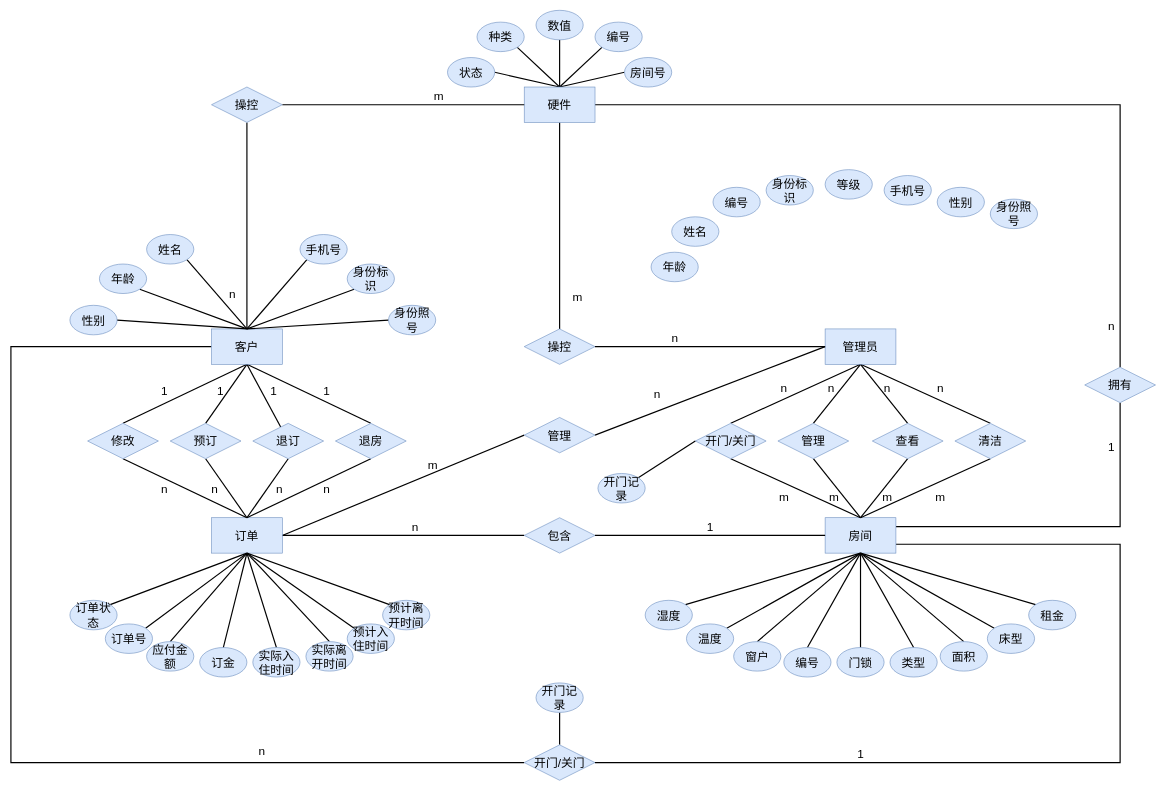
The draw.io diagram docs/src/E-R图.drawio in AndSonder/smart-hotel-database, before the edit. Source tidied: cells renumbered, new cells numbered last; positions are measured from the earlier drawing's top-left corner, leaving out a move shared by most shapes. Both pictures are drawn from the tidied source at 59%, with x=0, y=0 at pixel (11, 10).
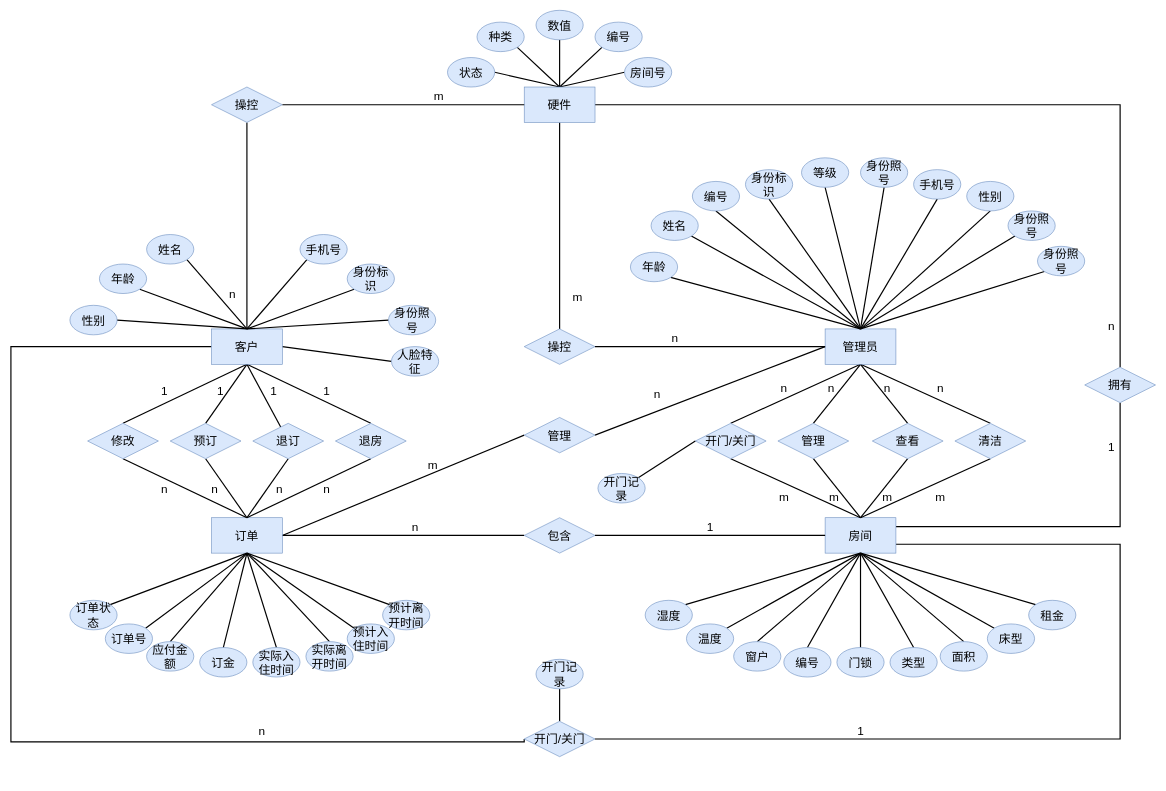
After the change.

Unchanged cells that the change refers to:
```xml
<mxCell id="8" value="客户" style="rounded=0;whiteSpace=wrap;html=1;fillColor=#dae8fc;strokeColor=#6c8ebf;fontSize=20;" parent="1" vertex="1">
  <mxGeometry x="340" y="540" width="120" height="60" as="geometry" />
</mxCell>
<mxCell id="16" value="管理员" style="rounded=0;whiteSpace=wrap;html=1;fillColor=#dae8fc;strokeColor=#6c8ebf;fontSize=20;" parent="1" vertex="1">
  <mxGeometry x="1380" y="540" width="120" height="60" as="geometry" />
</mxCell>
<mxCell id="19" value="房间" style="rounded=0;whiteSpace=wrap;html=1;fillColor=#dae8fc;strokeColor=#6c8ebf;fontSize=20;" parent="1" vertex="1">
  <mxGeometry x="1380" y="860" width="120" height="60" as="geometry" />
</mxCell>
```

What changed in the source:
```diff
@@
     <mxCell id="7" style="edgeStyle=orthogonalEdgeStyle;rounded=0;jettySize=auto;html=1;exitX=0;exitY=0.5;exitDx=0;exitDy=0;entryX=0;entryY=0.5;entryDx=0;entryDy=0;fontSize=20;startArrow=none;startFill=0;endArrow=none;endFill=0;strokeWidth=2;" parent="1" edge="1" source="8" target="72">
       <mxGeometry relative="1" as="geometry">
         <Array as="points">
           <mxPoint y="570" />
-          <mxPoint y="1275" />
+          <mxPoint y="1240" />
+          <mxPoint x="870" y="1240" />
         </Array>
       </mxGeometry>
     </mxCell>
+    <mxCell id="146" style="edgeStyle=none;rounded=0;jettySize=auto;html=1;exitX=1;exitY=0.5;exitDx=0;exitDy=0;entryX=0;entryY=0.5;entryDx=0;entryDy=0;fontSize=20;startArrow=none;startFill=0;endArrow=none;endFill=0;strokeWidth=2;" parent="1" edge="1" source="8" target="159">
+      <mxGeometry relative="1" as="geometry" />
+    </mxCell>
@@
     <mxCell id="18" style="edgeStyle=orthogonalEdgeStyle;rounded=0;jettySize=auto;html=1;exitX=1;exitY=0.75;exitDx=0;exitDy=0;entryX=1;entryY=0.5;entryDx=0;entryDy=0;fontSize=20;startArrow=none;startFill=0;endArrow=none;endFill=0;strokeWidth=2;" parent="1" edge="1" source="19" target="72">
       <mxGeometry relative="1" as="geometry">
         <Array as="points">
           <mxPoint x="1880" y="905" />
-          <mxPoint x="1880" y="1275" />
+          <mxPoint x="1880" y="1235" />
         </Array>
       </mxGeometry>
     </mxCell>
@@
     <mxCell id="72" value="开门/关门" style="rhombus;whiteSpace=wrap;html=1;fillColor=#dae8fc;strokeColor=#6c8ebf;fontSize=20;" parent="1" vertex="1">
-      <mxGeometry x="870" y="1245" width="120" height="60" as="geometry" />
+      <mxGeometry x="870" y="1205" width="120" height="60" as="geometry" />
     </mxCell>
     <mxCell id="73" value="n" style="text;html=1;align=center;verticalAlign=middle;strokeColor=none;fontSize=20;" parent="1" vertex="1">
-      <mxGeometry x="410" y="1240" width="30" height="30" as="geometry" />
+      <mxGeometry x="410" y="1205" width="30" height="30" as="geometry" />
     </mxCell>
     <mxCell id="74" value="1" style="text;html=1;align=center;verticalAlign=middle;strokeColor=none;fontSize=20;" parent="1" vertex="1">
-      <mxGeometry x="1425" y="1245" width="30" height="30" as="geometry" />
+      <mxGeometry x="1425" y="1205" width="30" height="30" as="geometry" />
     </mxCell>
@@
+    <mxCell id="147" style="edgeStyle=none;rounded=0;jettySize=auto;html=1;exitX=0.5;exitY=1;exitDx=0;exitDy=0;entryX=0.5;entryY=0;entryDx=0;entryDy=0;fontSize=20;startArrow=none;startFill=0;endArrow=none;endFill=0;strokeWidth=2;" parent="1" edge="1" source="93" target="16">
+      <mxGeometry relative="1" as="geometry" />
+    </mxCell>
     <mxCell id="93" value="编号" style="ellipse;whiteSpace=wrap;html=1;fontSize=20;fillColor=#dae8fc;strokeColor=#6c8ebf;" parent="1" vertex="1">
-      <mxGeometry x="1190" y="300" width="80" height="50" as="geometry" />
+      <mxGeometry x="1155" y="290" width="80" height="50" as="geometry" />
     </mxCell>
+    <mxCell id="148" style="edgeStyle=none;rounded=0;jettySize=auto;html=1;exitX=0.5;exitY=1;exitDx=0;exitDy=0;entryX=0.5;entryY=0;entryDx=0;entryDy=0;fontSize=20;startArrow=none;startFill=0;endArrow=none;endFill=0;strokeWidth=2;" parent="1" edge="1" source="94" target="16">
+      <mxGeometry relative="1" as="geometry" />
+    </mxCell>
     <mxCell id="94" value="身份标识" style="ellipse;whiteSpace=wrap;html=1;fontSize=20;fillColor=#dae8fc;strokeColor=#6c8ebf;" parent="1" vertex="1">
-      <mxGeometry x="1280" y="280" width="80" height="50" as="geometry" />
+      <mxGeometry x="1245" y="270" width="80" height="50" as="geometry" />
     </mxCell>
+    <mxCell id="149" style="edgeStyle=none;rounded=0;jettySize=auto;html=1;exitX=0.5;exitY=1;exitDx=0;exitDy=0;entryX=0.5;entryY=0;entryDx=0;entryDy=0;fontSize=20;startArrow=none;startFill=0;endArrow=none;endFill=0;strokeWidth=2;" parent="1" edge="1" source="95" target="16">
+      <mxGeometry relative="1" as="geometry" />
+    </mxCell>
     <mxCell id="95" value="等级" style="ellipse;whiteSpace=wrap;html=1;fontSize=20;fillColor=#dae8fc;strokeColor=#6c8ebf;" parent="1" vertex="1">
-      <mxGeometry x="1380" y="270" width="80" height="50" as="geometry" />
+      <mxGeometry x="1340" y="250" width="80" height="50" as="geometry" />
     </mxCell>
+    <mxCell id="150" style="edgeStyle=none;rounded=0;jettySize=auto;html=1;exitX=1;exitY=1;exitDx=0;exitDy=0;entryX=0.5;entryY=0;entryDx=0;entryDy=0;fontSize=20;startArrow=none;startFill=0;endArrow=none;endFill=0;strokeWidth=2;" parent="1" edge="1" source="96" target="16">
+      <mxGeometry relative="1" as="geometry" />
+    </mxCell>
     <mxCell id="96" value="姓名" style="ellipse;whiteSpace=wrap;html=1;fontSize=20;fillColor=#dae8fc;strokeColor=#6c8ebf;" parent="1" vertex="1">
-      <mxGeometry x="1120" y="350" width="80" height="50" as="geometry" />
+      <mxGeometry x="1085" y="340" width="80" height="50" as="geometry" />
     </mxCell>
+    <mxCell id="151" style="edgeStyle=none;rounded=0;jettySize=auto;html=1;exitX=0.5;exitY=1;exitDx=0;exitDy=0;entryX=0.5;entryY=0;entryDx=0;entryDy=0;fontSize=20;startArrow=none;startFill=0;endArrow=none;endFill=0;strokeWidth=2;" parent="1" edge="1" source="97" target="16">
+      <mxGeometry relative="1" as="geometry" />
+    </mxCell>
     <mxCell id="97" value="性别" style="ellipse;whiteSpace=wrap;html=1;fontSize=20;fillColor=#dae8fc;strokeColor=#6c8ebf;" parent="1" vertex="1">
-      <mxGeometry x="1570" y="300" width="80" height="50" as="geometry" />
+      <mxGeometry x="1620" y="290" width="80" height="50" as="geometry" />
     </mxCell>
+    <mxCell id="152" style="edgeStyle=none;rounded=0;jettySize=auto;html=1;exitX=0;exitY=1;exitDx=0;exitDy=0;entryX=0.5;entryY=0;entryDx=0;entryDy=0;fontSize=20;startArrow=none;startFill=0;endArrow=none;endFill=0;strokeWidth=2;" parent="1" edge="1" source="98" target="16">
+      <mxGeometry relative="1" as="geometry" />
+    </mxCell>
     <mxCell id="98" value="身份照号" style="ellipse;whiteSpace=wrap;html=1;fontSize=20;fillColor=#dae8fc;strokeColor=#6c8ebf;" parent="1" vertex="1">
-      <mxGeometry x="1660" y="320" width="80" height="50" as="geometry" />
+      <mxGeometry x="1690" y="340" width="80" height="50" as="geometry" />
     </mxCell>
+    <mxCell id="153" style="edgeStyle=none;rounded=0;jettySize=auto;html=1;exitX=1;exitY=1;exitDx=0;exitDy=0;entryX=0.5;entryY=0;entryDx=0;entryDy=0;fontSize=20;startArrow=none;startFill=0;endArrow=none;endFill=0;strokeWidth=2;" parent="1" edge="1" source="99" target="16">
+      <mxGeometry relative="1" as="geometry" />
+    </mxCell>
     <mxCell id="99" value="年龄" style="ellipse;whiteSpace=wrap;html=1;fontSize=20;fillColor=#dae8fc;strokeColor=#6c8ebf;" parent="1" vertex="1">
-      <mxGeometry x="1085" y="410" width="80" height="50" as="geometry" />
+      <mxGeometry x="1050" y="410" width="80" height="50" as="geometry" />
     </mxCell>
+    <mxCell id="154" style="edgeStyle=none;rounded=0;jettySize=auto;html=1;exitX=0.5;exitY=1;exitDx=0;exitDy=0;entryX=0.5;entryY=0;entryDx=0;entryDy=0;fontSize=20;startArrow=none;startFill=0;endArrow=none;endFill=0;strokeWidth=2;" parent="1" edge="1" source="100" target="16">
+      <mxGeometry relative="1" as="geometry" />
+    </mxCell>
     <mxCell id="100" value="手机号" style="ellipse;whiteSpace=wrap;html=1;fontSize=20;fillColor=#dae8fc;strokeColor=#6c8ebf;" parent="1" vertex="1">
-      <mxGeometry x="1480" y="280" width="80" height="50" as="geometry" />
+      <mxGeometry x="1530" y="270" width="80" height="50" as="geometry" />
     </mxCell>
@@
     <mxCell id="145" value="开门记录" style="ellipse;whiteSpace=wrap;html=1;fontSize=20;fillColor=#dae8fc;strokeColor=#6c8ebf;" parent="1" vertex="1">
-      <mxGeometry x="890" y="1140" width="80" height="50" as="geometry" />
+      <mxGeometry x="890" y="1100" width="80" height="50" as="geometry" />
     </mxCell>
+    <mxCell id="155" style="edgeStyle=none;rounded=0;jettySize=auto;html=1;exitX=0;exitY=1;exitDx=0;exitDy=0;entryX=0.5;entryY=0;entryDx=0;entryDy=0;fontSize=20;startArrow=none;startFill=0;endArrow=none;endFill=0;strokeWidth=2;" parent="1" edge="1" source="156" target="16">
+      <mxGeometry relative="1" as="geometry" />
+    </mxCell>
+    <mxCell id="156" value="身份照号" style="ellipse;whiteSpace=wrap;html=1;fontSize=20;fillColor=#dae8fc;strokeColor=#6c8ebf;" parent="1" vertex="1">
+      <mxGeometry x="1740" y="400" width="80" height="50" as="geometry" />
+    </mxCell>
+    <mxCell id="157" style="edgeStyle=none;rounded=0;jettySize=auto;html=1;exitX=0.5;exitY=1;exitDx=0;exitDy=0;entryX=0.5;entryY=0;entryDx=0;entryDy=0;fontSize=20;startArrow=none;startFill=0;endArrow=none;endFill=0;strokeWidth=2;" parent="1" edge="1" source="158" target="16">
+      <mxGeometry relative="1" as="geometry" />
+    </mxCell>
+    <mxCell id="158" value="身份照号" style="ellipse;whiteSpace=wrap;html=1;fontSize=20;fillColor=#dae8fc;strokeColor=#6c8ebf;" parent="1" vertex="1">
+      <mxGeometry x="1440" y="250" width="80" height="50" as="geometry" />
+    </mxCell>
+    <mxCell id="159" value="人脸特征" style="ellipse;whiteSpace=wrap;html=1;fontSize=20;fillColor=#dae8fc;strokeColor=#6c8ebf;" parent="1" vertex="1">
+      <mxGeometry x="645" y="570" width="80" height="50" as="geometry" />
+    </mxCell>
```
